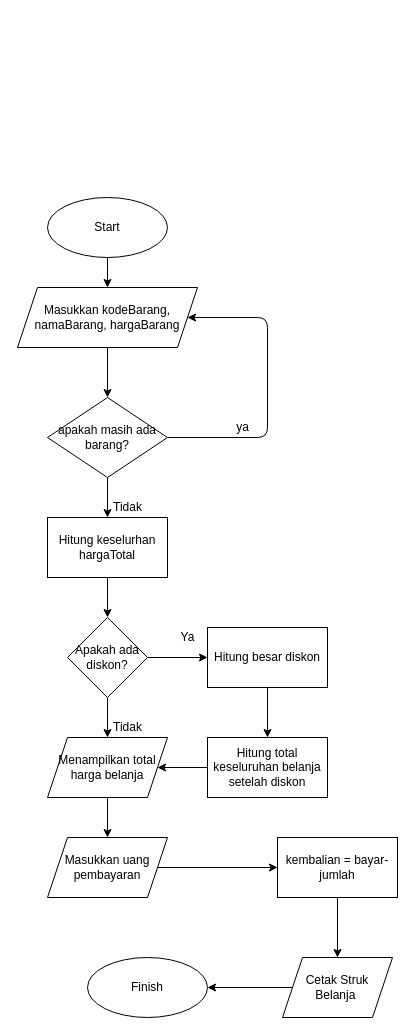
Earlier version of the draw.io diagram flowchart.drawio (eidiati/aditya_saputra-aplikasi_kasir). Source tidied: cells renumbered, new cells numbered last; positions are measured from the earlier drawing's top-left corner, leaving out a move shared by most shapes. Both pictures are drawn from the tidied source at 100%, with x=0, y=0 at pixel (17, 197).
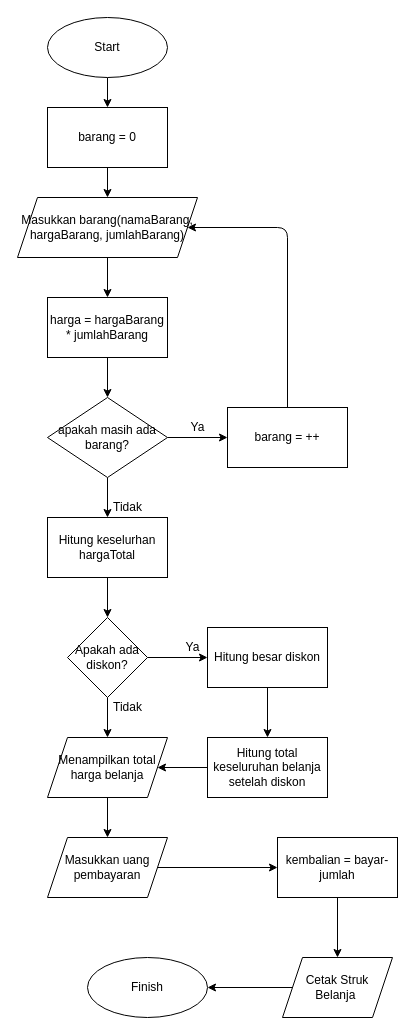
The same diagram, later.

Commit message:
revisi kata - kata dalam flowchart

The change refers to these unchanged cells:
```xml
<mxCell id="8" value="apakah masih ada barang?" style="rhombus;whiteSpace=wrap;html=1;" parent="1" vertex="1">
  <mxGeometry x="30" y="200" width="120" height="80" as="geometry" />
</mxCell>
```

Diff of the diagram source:
```diff
@@
-    <mxCell id="2" style="edgeStyle=none;html=1;" parent="1" edge="1" source="3" target="5">
-      <mxGeometry relative="1" as="geometry" />
-    </mxCell>
+    <mxCell id="31" style="edgeStyle=none;html=1;" parent="1" edge="1" source="3" target="35">
+      <mxGeometry relative="1" as="geometry" />
+    </mxCell>
     <mxCell id="3" value="Start" style="ellipse;whiteSpace=wrap;html=1;" parent="1" vertex="1">
-      <mxGeometry x="30" width="120" height="60" as="geometry" />
+      <mxGeometry x="30" y="-180" width="120" height="60" as="geometry" />
     </mxCell>
-    <mxCell id="4" style="edgeStyle=none;html=1;" parent="1" edge="1" source="5" target="8">
-      <mxGeometry relative="1" as="geometry" />
-    </mxCell>
+    <mxCell id="32" style="edgeStyle=none;html=1;" parent="1" edge="1" source="5" target="40">
+      <mxGeometry relative="1" as="geometry" />
+    </mxCell>
-    <mxCell id="5" value="Masukkan kodeBarang, namaBarang, hargaBarang" style="shape=parallelogram;perimeter=parallelogramPerimeter;whiteSpace=wrap;html=1;fixedSize=1;" parent="1" vertex="1">
-      <mxGeometry y="90" width="180" height="60" as="geometry" />
+    <mxCell id="5" value="Masukkan barang(namaBarang, hargaBarang, jumlahBarang)" style="shape=parallelogram;perimeter=parallelogramPerimeter;whiteSpace=wrap;html=1;fixedSize=1;" parent="1" vertex="1">
+      <mxGeometry width="180" height="60" as="geometry" />
     </mxCell>
-    <mxCell id="6" style="edgeStyle=none;html=1;exitX=1;exitY=0.5;exitDx=0;exitDy=0;entryX=1;entryY=0.5;entryDx=0;entryDy=0;" parent="1" edge="1" source="8" target="5">
-      <mxGeometry relative="1" as="geometry">
-        <Array as="points">
-          <mxPoint x="250" y="240" />
-          <mxPoint x="250" y="120" />
-        </Array>
-      </mxGeometry>
-    </mxCell>
@@
+    <mxCell id="33" style="edgeStyle=none;html=1;" parent="1" edge="1" source="8" target="37">
+      <mxGeometry relative="1" as="geometry" />
+    </mxCell>
@@
-    <mxCell id="9" value="ya" style="text;html=1;align=center;verticalAlign=middle;strokeColor=none;fillColor=none;" parent="1" vertex="1">
-      <mxGeometry x="210" y="220" width="30" height="20" as="geometry" />
-    </mxCell>
@@
     <mxCell id="18" value="Ya" style="text;html=1;align=center;verticalAlign=middle;strokeColor=none;fillColor=none;" parent="1" vertex="1">
-      <mxGeometry x="155" y="430" width="30" height="20" as="geometry" />
+      <mxGeometry x="160" y="440" width="30" height="20" as="geometry" />
     </mxCell>
@@
     <mxCell id="21" value="Tidak" style="text;html=1;align=center;verticalAlign=middle;strokeColor=none;fillColor=none;" parent="1" vertex="1">
-      <mxGeometry x="90" y="520" width="40" height="20" as="geometry" />
+      <mxGeometry x="90" y="500" width="40" height="20" as="geometry" />
     </mxCell>
@@
+    <mxCell id="34" style="edgeStyle=none;html=1;" parent="1" edge="1" source="35" target="5">
+      <mxGeometry relative="1" as="geometry" />
+    </mxCell>
+    <mxCell id="35" value="barang = 0" style="whiteSpace=wrap;html=1;" parent="1" vertex="1">
+      <mxGeometry x="30" y="-90" width="120" height="60" as="geometry" />
+    </mxCell>
+    <mxCell id="36" style="edgeStyle=none;html=1;exitX=0.5;exitY=0;exitDx=0;exitDy=0;entryX=1;entryY=0.5;entryDx=0;entryDy=0;" parent="1" edge="1" source="37" target="5">
+      <mxGeometry relative="1" as="geometry">
+        <Array as="points">
+          <mxPoint x="270" y="30" />
+        </Array>
+      </mxGeometry>
+    </mxCell>
+    <mxCell id="37" value="barang = ++" style="whiteSpace=wrap;html=1;" parent="1" vertex="1">
+      <mxGeometry x="210" y="210" width="120" height="60" as="geometry" />
+    </mxCell>
+    <mxCell id="38" value="Ya" style="text;html=1;align=center;verticalAlign=middle;strokeColor=none;fillColor=none;" parent="1" vertex="1">
+      <mxGeometry x="165" y="220" width="30" height="20" as="geometry" />
+    </mxCell>
+    <mxCell id="39" style="edgeStyle=none;html=1;" parent="1" edge="1" source="40" target="8">
+      <mxGeometry relative="1" as="geometry" />
+    </mxCell>
+    <mxCell id="40" value="harga = hargaBarang * jumlahBarang" style="whiteSpace=wrap;html=1;" parent="1" vertex="1">
+      <mxGeometry x="30" y="100" width="120" height="60" as="geometry" />
+    </mxCell>
```
